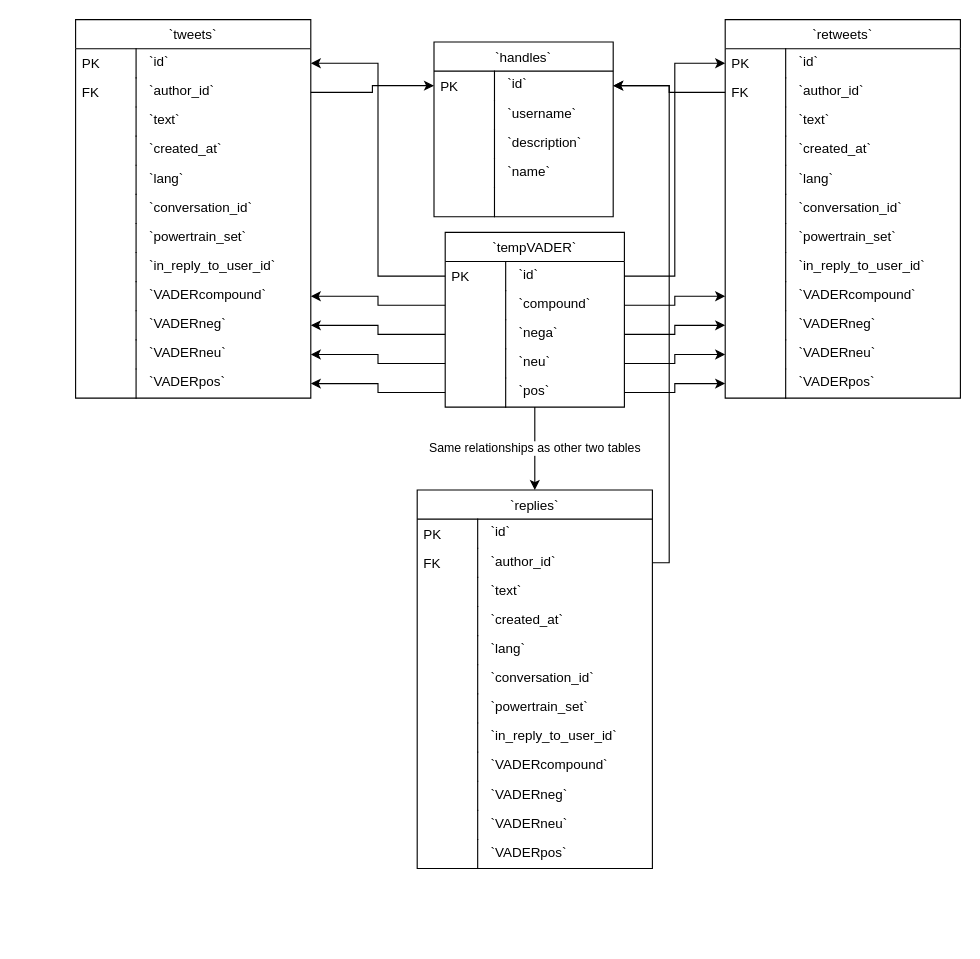
Earlier version of the draw.io diagram page "Page-2" (2 of 2) of uml/database.drawio (agarcia169/4306-Donaldson-Project). Source tidied: cells renumbered, new cells numbered last; positions are measured from the earlier drawing's top-left corner, leaving out a move shared by most shapes. Both pictures are drawn from the tidied source at 112%, with x=0, y=0 at pixel (75, 19).
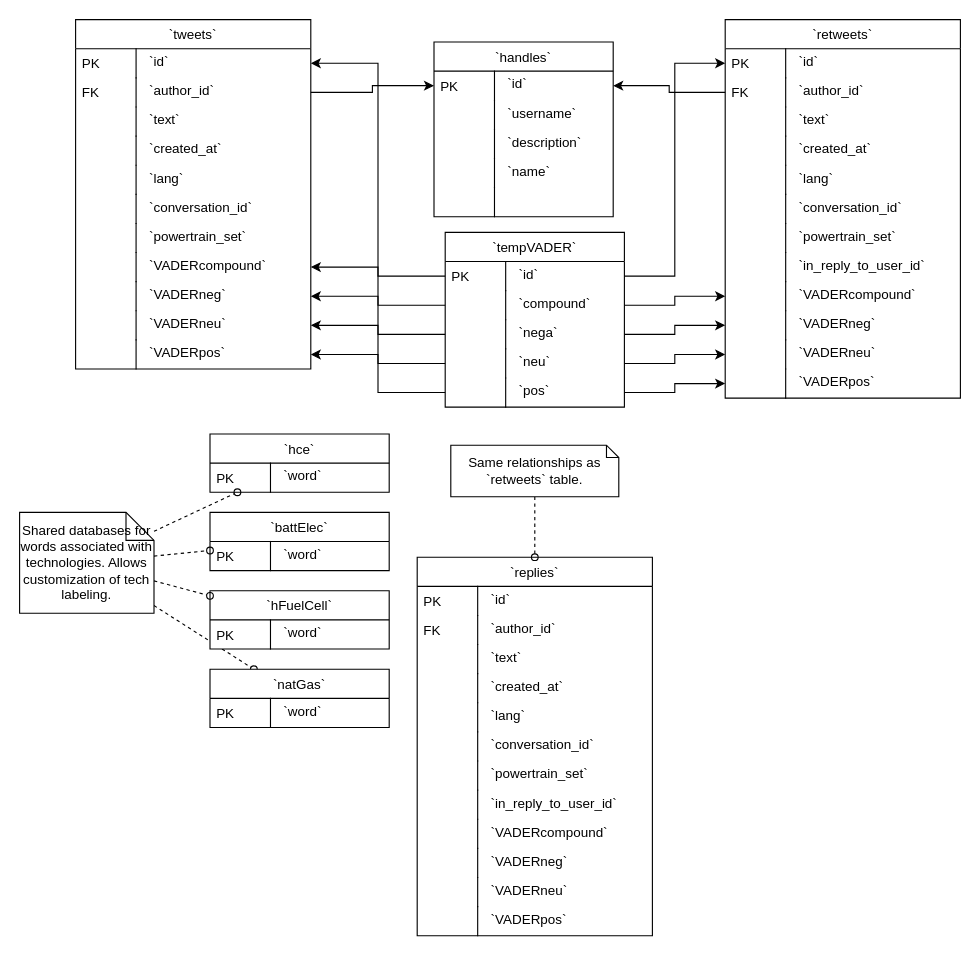
The same diagram, later.

Unchanged cells that the change refers to:
```xml
<mxCell id="3" value="`id`" style="shape=partialRectangle;top=0;left=0;right=0;bottom=0;align=left;verticalAlign=top;spacingTop=-2;fillColor=none;spacingLeft=64;spacingRight=4;overflow=hidden;points=[[0,0.5],[1,0.5]];portConstraint=eastwest;" parent="2" vertex="1">
  <mxGeometry y="26" width="160" height="26" as="geometry" />
</mxCell>
<mxCell id="42" value="`author_id`" style="shape=partialRectangle;top=0;left=0;right=0;bottom=0;align=left;verticalAlign=top;spacingTop=-2;fillColor=none;spacingLeft=64;spacingRight=4;overflow=hidden;points=[[0,0.5],[1,0.5]];portConstraint=eastwest;" parent="39" vertex="1">
  <mxGeometry y="52" width="210" height="26" as="geometry" />
</mxCell>
<mxCell id="90" value="`tempVADER`" style="swimlane;fontStyle=0;horizontal=1;startSize=26;fillColor=default;swimlaneFillColor=default;align=center;" parent="1" vertex="1">
  <mxGeometry x="330" y="190" width="160" height="156" as="geometry" />
</mxCell>
```

Diff of the diagram source:
```diff
@@
+    <mxCell id="113" style="edgeStyle=none;rounded=0;jettySize=auto;html=1;dashed=1;endArrow=oval;endFill=0;" parent="1" edge="1" source="131" target="123">
+      <mxGeometry relative="1" as="geometry" />
+    </mxCell>
@@
     <mxCell id="13" value="`tweets`" style="swimlane;fontStyle=0;horizontal=1;startSize=26;fillColor=default;swimlaneFillColor=default;align=center;" parent="1" vertex="1">
-      <mxGeometry width="210" height="338" as="geometry" />
+      <mxGeometry width="210" height="312" as="geometry" />
     </mxCell>
@@
-    <mxCell id="28" value="`in_reply_to_user_id`" style="shape=partialRectangle;top=0;left=0;right=0;bottom=0;align=left;verticalAlign=top;spacingTop=-2;fillColor=none;spacingLeft=64;spacingRight=4;overflow=hidden;" parent="13" vertex="1">
-      <mxGeometry y="208" width="210" height="26" as="geometry" />
-    </mxCell>
-    <mxCell id="29" style="shape=partialRectangle;top=0;left=0;bottom=0;fillColor=none;align=left;verticalAlign=middle;spacingLeft=4;spacingRight=4;overflow=hidden;" parent="28" vertex="1">
-      <mxGeometry width="54" height="26" as="geometry" />
-    </mxCell>
     <mxCell id="30" value="`VADERcompound`" style="shape=partialRectangle;top=0;left=0;right=0;bottom=0;align=left;verticalAlign=top;spacingTop=-2;fillColor=none;spacingLeft=64;spacingRight=4;overflow=hidden;points=[[0,0.5],[1,0.5]];portConstraint=eastwest;" parent="13" vertex="1">
-      <mxGeometry y="234" width="210" height="26" as="geometry" />
+      <mxGeometry y="208" width="210" height="26" as="geometry" />
     </mxCell>
@@
     <mxCell id="32" value="`VADERneg`" style="shape=partialRectangle;top=0;left=0;right=0;bottom=0;align=left;verticalAlign=top;spacingTop=-2;fillColor=none;spacingLeft=64;spacingRight=4;overflow=hidden;points=[[0,0.5],[1,0.5]];portConstraint=eastwest;" parent="13" vertex="1">
-      <mxGeometry y="260" width="210" height="26" as="geometry" />
+      <mxGeometry y="234" width="210" height="26" as="geometry" />
     </mxCell>
@@
     <mxCell id="34" value="`VADERneu`" style="shape=partialRectangle;top=0;left=0;right=0;bottom=0;align=left;verticalAlign=top;spacingTop=-2;fillColor=none;spacingLeft=64;spacingRight=4;overflow=hidden;points=[[0,0.5],[1,0.5]];portConstraint=eastwest;" parent="13" vertex="1">
-      <mxGeometry y="286" width="210" height="26" as="geometry" />
+      <mxGeometry y="260" width="210" height="26" as="geometry" />
     </mxCell>
@@
     <mxCell id="36" value="`VADERpos`" style="shape=partialRectangle;top=0;left=0;right=0;bottom=0;align=left;verticalAlign=top;spacingTop=-2;fillColor=none;spacingLeft=64;spacingRight=4;overflow=hidden;points=[[0,0.5],[1,0.5]];portConstraint=eastwest;" parent="13" vertex="1">
-      <mxGeometry y="312" width="210" height="26" as="geometry" />
+      <mxGeometry y="286" width="210" height="26" as="geometry" />
     </mxCell>
@@
     <mxCell id="39" value="`replies`" style="swimlane;fontStyle=0;horizontal=1;startSize=26;fillColor=default;swimlaneFillColor=default;align=center;" parent="1" vertex="1">
-      <mxGeometry x="305" y="420" width="210" height="338" as="geometry" />
+      <mxGeometry x="305" y="480" width="210" height="338" as="geometry" />
     </mxCell>
@@
-    <mxCell id="89" value="Same relationships as other two tables" style="edgeStyle=orthogonalEdgeStyle;rounded=0;jettySize=auto;html=1;" parent="1" edge="1" source="90" target="39">
-      <mxGeometry relative="1" as="geometry">
-        <Array as="points">
-          <mxPoint x="450" y="549" />
-        </Array>
-      </mxGeometry>
-    </mxCell>
@@
-    <mxCell id="112" style="edgeStyle=orthogonalEdgeStyle;rounded=0;jettySize=auto;html=1;" parent="1" edge="1" source="42" target="3">
-      <mxGeometry relative="1" as="geometry">
-        <Array as="points">
-          <mxPoint x="530" y="485" />
-          <mxPoint x="530" y="59" />
-        </Array>
-      </mxGeometry>
-    </mxCell>
+    <mxCell id="114" value="`hce`" style="swimlane;fontStyle=0;horizontal=1;startSize=26;fillColor=default;swimlaneFillColor=default;align=center;" parent="1" vertex="1">
+      <mxGeometry x="120" y="370" width="160" height="52" as="geometry" />
+    </mxCell>
+    <mxCell id="115" value="`word`" style="shape=partialRectangle;top=0;left=0;right=0;bottom=0;align=left;verticalAlign=top;spacingTop=-2;fillColor=none;spacingLeft=64;spacingRight=4;overflow=hidden;" parent="114" vertex="1">
+      <mxGeometry y="26" width="160" height="26" as="geometry" />
+    </mxCell>
+    <mxCell id="116" value="PK" style="shape=partialRectangle;top=0;left=0;bottom=0;fillColor=none;align=left;verticalAlign=middle;spacingLeft=4;spacingRight=4;overflow=hidden;" parent="115" vertex="1">
+      <mxGeometry width="54" height="26" as="geometry" />
+    </mxCell>
+    <mxCell id="117" value="`battElec`" style="swimlane;fontStyle=0;horizontal=1;startSize=26;fillColor=default;swimlaneFillColor=default;align=center;" parent="1" vertex="1">
+      <mxGeometry x="120" y="440" width="160" height="52" as="geometry" />
+    </mxCell>
+    <mxCell id="118" value="`word`" style="shape=partialRectangle;top=0;left=0;right=0;bottom=0;align=left;verticalAlign=top;spacingTop=-2;fillColor=none;spacingLeft=64;spacingRight=4;overflow=hidden;" parent="117" vertex="1">
+      <mxGeometry y="26" width="160" height="26" as="geometry" />
+    </mxCell>
+    <mxCell id="119" value="PK" style="shape=partialRectangle;top=0;left=0;bottom=0;fillColor=none;align=left;verticalAlign=middle;spacingLeft=4;spacingRight=4;overflow=hidden;" parent="118" vertex="1">
+      <mxGeometry width="54" height="26" as="geometry" />
+    </mxCell>
+    <mxCell id="120" value="`hFuelCell`" style="swimlane;fontStyle=0;horizontal=1;startSize=26;fillColor=default;swimlaneFillColor=default;align=center;" parent="1" vertex="1">
+      <mxGeometry x="120" y="510" width="160" height="52" as="geometry" />
+    </mxCell>
+    <mxCell id="121" value="`word`" style="shape=partialRectangle;top=0;left=0;right=0;bottom=0;align=left;verticalAlign=top;spacingTop=-2;fillColor=none;spacingLeft=64;spacingRight=4;overflow=hidden;" parent="120" vertex="1">
+      <mxGeometry y="26" width="160" height="26" as="geometry" />
+    </mxCell>
+    <mxCell id="122" value="PK" style="shape=partialRectangle;top=0;left=0;bottom=0;fillColor=none;align=left;verticalAlign=middle;spacingLeft=4;spacingRight=4;overflow=hidden;" parent="121" vertex="1">
+      <mxGeometry width="54" height="26" as="geometry" />
+    </mxCell>
+    <mxCell id="123" value="`natGas`" style="swimlane;fontStyle=0;horizontal=1;startSize=26;fillColor=default;swimlaneFillColor=default;align=center;" parent="1" vertex="1">
+      <mxGeometry x="120" y="580" width="160" height="52" as="geometry" />
+    </mxCell>
+    <mxCell id="124" value="`word`" style="shape=partialRectangle;top=0;left=0;right=0;bottom=0;align=left;verticalAlign=top;spacingTop=-2;fillColor=none;spacingLeft=64;spacingRight=4;overflow=hidden;" parent="123" vertex="1">
+      <mxGeometry y="26" width="160" height="26" as="geometry" />
+    </mxCell>
+    <mxCell id="125" value="PK" style="shape=partialRectangle;top=0;left=0;bottom=0;fillColor=none;align=left;verticalAlign=middle;spacingLeft=4;spacingRight=4;overflow=hidden;" parent="124" vertex="1">
+      <mxGeometry width="54" height="26" as="geometry" />
+    </mxCell>
+    <mxCell id="126" style="rounded=0;jettySize=auto;html=1;dashed=1;endArrow=oval;endFill=0;" parent="1" edge="1" source="127" target="39">
+      <mxGeometry relative="1" as="geometry" />
+    </mxCell>
+    <mxCell id="127" value="&lt;div&gt;Same relationships as `retweets` table.&lt;/div&gt;" style="shape=note2;boundedLbl=1;whiteSpace=wrap;html=1;size=11;verticalAlign=middle;align=center;labelPosition=center;verticalLabelPosition=middle;" parent="1" vertex="1">
+      <mxGeometry x="335" y="380" width="150" height="46" as="geometry" />
+    </mxCell>
+    <mxCell id="128" style="rounded=0;jettySize=auto;html=1;dashed=1;endArrow=oval;endFill=0;" parent="1" edge="1" source="131" target="114">
+      <mxGeometry relative="1" as="geometry" />
+    </mxCell>
+    <mxCell id="129" style="edgeStyle=none;rounded=0;jettySize=auto;html=1;dashed=1;endArrow=oval;endFill=0;" parent="1" edge="1" source="131" target="117">
+      <mxGeometry relative="1" as="geometry" />
+    </mxCell>
+    <mxCell id="130" style="edgeStyle=none;rounded=0;jettySize=auto;html=1;dashed=1;endArrow=oval;endFill=0;" parent="1" edge="1" source="131" target="120">
+      <mxGeometry relative="1" as="geometry" />
+    </mxCell>
+    <mxCell id="131" value="&lt;div&gt;Shared databases for words associated with technologies. Allows customization of tech labeling.&lt;br&gt;&lt;/div&gt;" style="shape=note2;boundedLbl=1;whiteSpace=wrap;html=1;size=25;verticalAlign=middle;align=center;" parent="1" vertex="1">
+      <mxGeometry x="-50" y="440" width="120" height="90" as="geometry" />
+    </mxCell>
```
